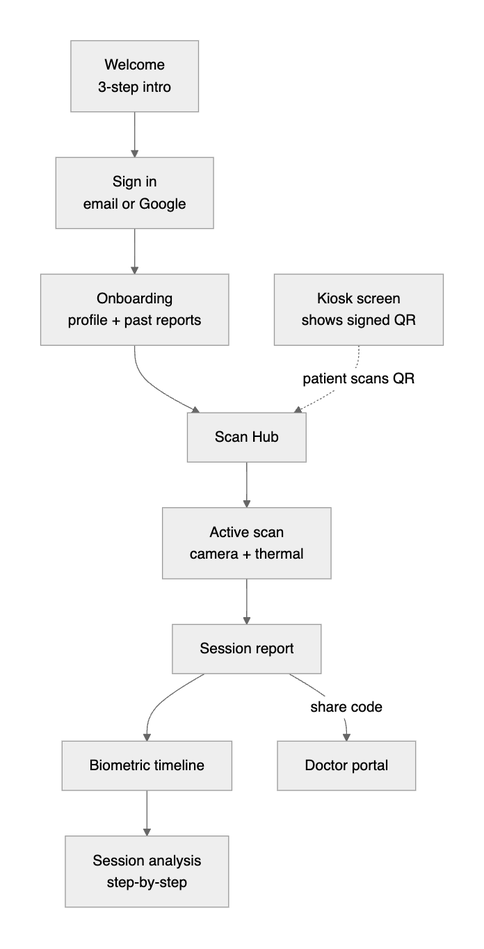
The Mermaid diagram docs/diagrams/patient-journey.png in hima1323/health-screening, before a commit. Its source is kept beside it as docs/diagrams/patient-journey.mmd. Its diagram source:
```mermaid
flowchart TD
    A[Welcome<br/>3-step intro] --> B[Sign in<br/>email or Google]
    B --> C[Onboarding<br/>profile + past reports]
    C --> D[Scan Hub]
    K[Kiosk screen<br/>shows signed QR] -. patient scans QR .-> D
    D --> E[Active scan<br/>camera + thermal]
    E --> F[Session report]
    F --> G[Biometric timeline]
    G --> H[Session analysis<br/>step-by-step]
    F -- share code --> I[Doctor portal]
```
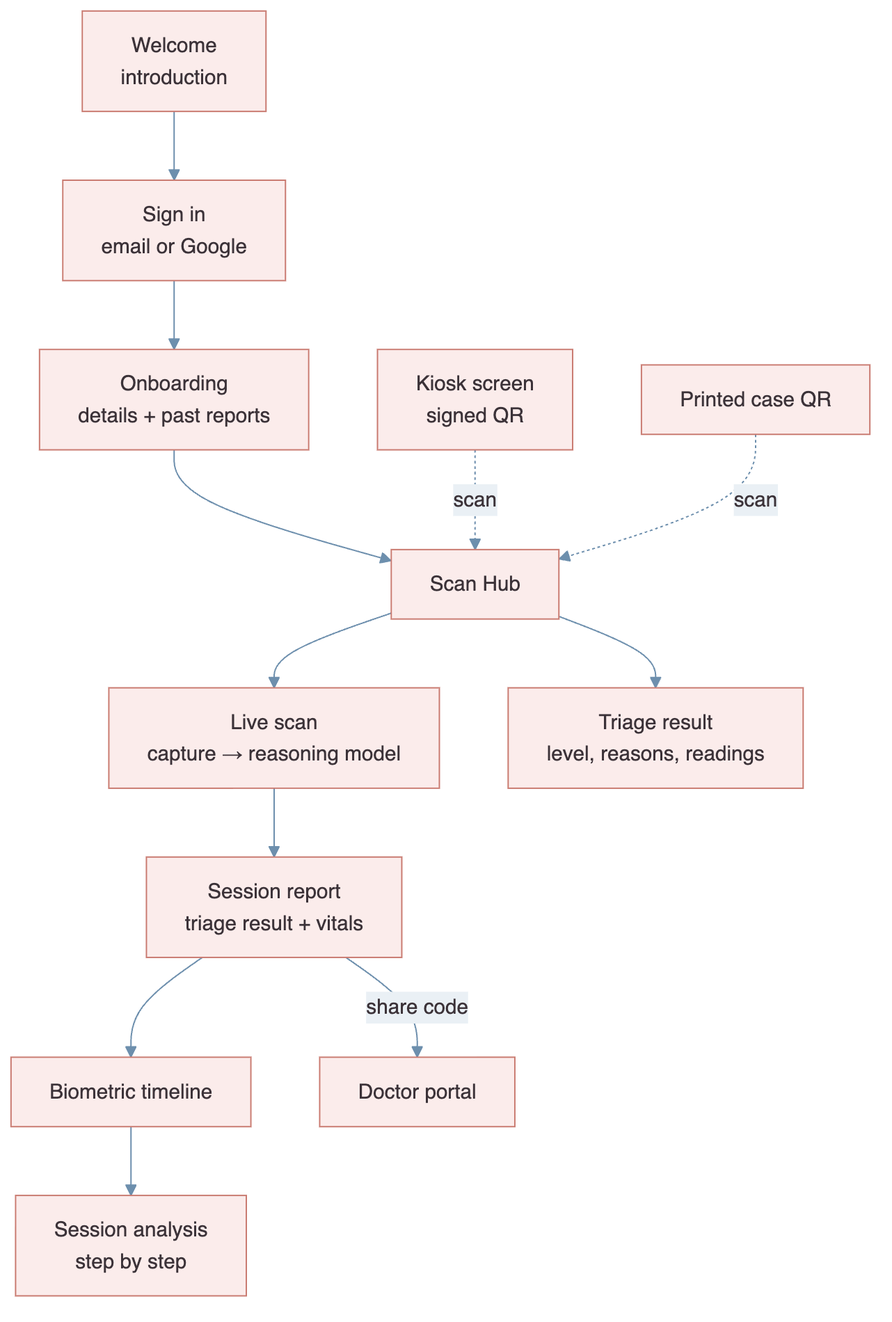
Later version of the same file.

Change to the diagram source:
```diff
@@ -1,10 +1,12 @@
 flowchart TD
-    A[Welcome<br/>3-step intro] --> B[Sign in<br/>email or Google]
-    B --> C[Onboarding<br/>profile + past reports]
-    C --> D[Scan Hub]
-    K[Kiosk screen<br/>shows signed QR] -. patient scans QR .-> D
-    D --> E[Active scan<br/>camera + thermal]
-    E --> F[Session report]
-    F --> G[Biometric timeline]
-    G --> H[Session analysis<br/>step-by-step]
-    F -- share code --> I[Doctor portal]
+    A["Welcome<br/>introduction"] --> B["Sign in<br/>email or Google"]
+    B --> C["Onboarding<br/>details + past reports"]
+    C --> D["Scan Hub"]
+    K["Kiosk screen<br/>signed QR"] -. "scan" .-> D
+    Q["Printed case QR"] -. "scan" .-> D
+    D --> E["Live scan<br/>capture → reasoning model"]
+    D --> R["Triage result<br/>level, reasons, readings"]
+    E --> F["Session report<br/>triage result + vitals"]
+    F --> G["Biometric timeline"]
+    G --> H["Session analysis<br/>step by step"]
+    F -- "share code" --> I["Doctor portal"]
```
